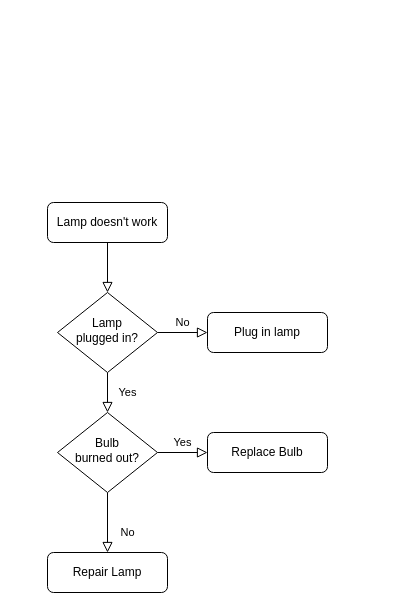
The draw.io diagram Untitled Diagram.drawio in hLifeel/skill-study, before the edit. Source tidied: cells renumbered, new cells numbered last; positions are measured from the earlier drawing's top-left corner, leaving out a move shared by most shapes. Both pictures are drawn from the tidied source at 100%, with x=0, y=0 at pixel (47, 202).
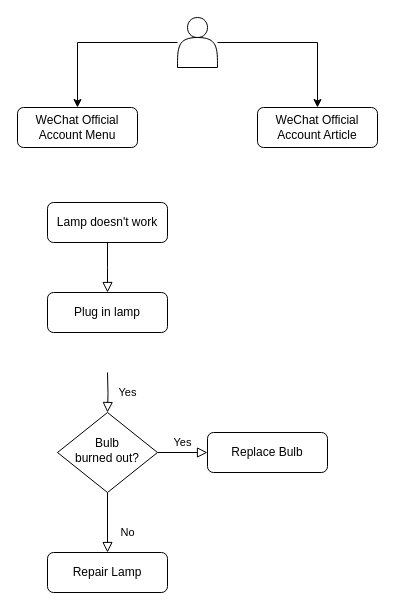
The same diagram, later.

The edit, as a diff of the source:
```diff
@@
 <mxGraphModel>
   <root>
     <mxCell id="0" />
     <mxCell id="1" parent="0" />
-    <mxCell id="2" style="rounded=0;html=1;jettySize=auto;fontSize=11;endArrow=block;endFill=0;endSize=8;strokeWidth=1;shadow=0;labelBackgroundColor=none;edgeStyle=orthogonalEdgeStyle;" parent="1" edge="1" source="3" target="6">
-      <mxGeometry relative="1" as="geometry" />
+    <mxCell id="2" style="rounded=0;html=1;jettySize=auto;fontSize=11;endArrow=block;endFill=0;endSize=8;strokeWidth=1;shadow=0;labelBackgroundColor=none;edgeStyle=orthogonalEdgeStyle;" parent="1" edge="1" source="3">
+      <mxGeometry relative="1" as="geometry">
+        <mxPoint x="60" y="90" as="targetPoint" />
+      </mxGeometry>
     </mxCell>
     <mxCell id="3" value="Lamp doesn't work" style="rounded=1;whiteSpace=wrap;html=1;fontSize=12;glass=0;strokeWidth=1;shadow=0;" parent="1" vertex="1">
       <mxGeometry width="120" height="40" as="geometry" />
     </mxCell>
-    <mxCell id="4" value="Yes" style="rounded=0;html=1;jettySize=auto;fontSize=11;endArrow=block;endFill=0;endSize=8;strokeWidth=1;shadow=0;labelBackgroundColor=none;edgeStyle=orthogonalEdgeStyle;" parent="1" edge="1" source="6" target="10">
-      <mxGeometry y="20" relative="1" as="geometry" />
+    <mxCell id="4" value="Yes" style="rounded=0;html=1;jettySize=auto;fontSize=11;endArrow=block;endFill=0;endSize=8;strokeWidth=1;shadow=0;labelBackgroundColor=none;edgeStyle=orthogonalEdgeStyle;" parent="1" edge="1" target="10">
+      <mxGeometry y="20" relative="1" as="geometry">
+        <mxPoint x="60" y="170" as="sourcePoint" />
+      </mxGeometry>
     </mxCell>
-    <mxCell id="5" value="No" style="edgeStyle=orthogonalEdgeStyle;rounded=0;html=1;jettySize=auto;fontSize=11;endArrow=block;endFill=0;endSize=8;strokeWidth=1;shadow=0;labelBackgroundColor=none;" parent="1" edge="1" source="6" target="7">
-      <mxGeometry y="10" relative="1" as="geometry" />
-    </mxCell>
-    <mxCell id="6" value="Lamp&lt;br&gt;plugged in?" style="rhombus;whiteSpace=wrap;html=1;shadow=0;fontFamily=Helvetica;fontSize=12;align=center;strokeWidth=1;spacing=6;spacingTop=-4;" parent="1" vertex="1">
-      <mxGeometry x="10" y="90" width="100" height="80" as="geometry" />
-    </mxCell>
     <mxCell id="7" value="Plug in lamp" style="rounded=1;whiteSpace=wrap;html=1;fontSize=12;glass=0;strokeWidth=1;shadow=0;" parent="1" vertex="1">
-      <mxGeometry x="160" y="110" width="120" height="40" as="geometry" />
+      <mxGeometry y="90" width="120" height="40" as="geometry" />
     </mxCell>
     <mxCell id="8" value="No" style="rounded=0;html=1;jettySize=auto;fontSize=11;endArrow=block;endFill=0;endSize=8;strokeWidth=1;shadow=0;labelBackgroundColor=none;edgeStyle=orthogonalEdgeStyle;" parent="1" edge="1" source="10" target="11">
       <mxGeometry x="0.33" y="20" relative="1" as="geometry" />
     </mxCell>
     <mxCell id="9" value="Yes" style="edgeStyle=orthogonalEdgeStyle;rounded=0;html=1;jettySize=auto;fontSize=11;endArrow=block;endFill=0;endSize=8;strokeWidth=1;shadow=0;labelBackgroundColor=none;" parent="1" edge="1" source="10" target="12">
       <mxGeometry y="10" relative="1" as="geometry" />
     </mxCell>
     <mxCell id="10" value="Bulb&lt;br&gt;burned out?" style="rhombus;whiteSpace=wrap;html=1;shadow=0;fontFamily=Helvetica;fontSize=12;align=center;strokeWidth=1;spacing=6;spacingTop=-4;" parent="1" vertex="1">
       <mxGeometry x="10" y="210" width="100" height="80" as="geometry" />
     </mxCell>
     <mxCell id="11" value="Repair Lamp" style="rounded=1;whiteSpace=wrap;html=1;fontSize=12;glass=0;strokeWidth=1;shadow=0;" parent="1" vertex="1">
       <mxGeometry y="350" width="120" height="40" as="geometry" />
     </mxCell>
     <mxCell id="12" value="Replace Bulb" style="rounded=1;whiteSpace=wrap;html=1;fontSize=12;glass=0;strokeWidth=1;shadow=0;" parent="1" vertex="1">
       <mxGeometry x="160" y="230" width="120" height="40" as="geometry" />
     </mxCell>
+    <mxCell id="13" style="edgeStyle=orthogonalEdgeStyle;rounded=0;jettySize=auto;html=1;entryX=0.5;entryY=0;entryDx=0;entryDy=0;" parent="1" edge="1" source="15" target="16">
+      <mxGeometry relative="1" as="geometry" />
+    </mxCell>
+    <mxCell id="14" style="edgeStyle=orthogonalEdgeStyle;rounded=0;jettySize=auto;html=1;entryX=0.5;entryY=0;entryDx=0;entryDy=0;" parent="1" edge="1" source="15" target="17">
+      <mxGeometry relative="1" as="geometry" />
+    </mxCell>
+    <mxCell id="15" style="shape=actor;whiteSpace=wrap;html=1;" parent="1" vertex="1">
+      <mxGeometry x="130" y="-185" width="40" height="50" as="geometry" />
+    </mxCell>
+    <mxCell id="16" value="WeChat Official Account Menu" style="rounded=1;whiteSpace=wrap;html=1;fontSize=12;glass=0;strokeWidth=1;shadow=0;" parent="1" vertex="1">
+      <mxGeometry x="-30" y="-95" width="120" height="40" as="geometry" />
+    </mxCell>
+    <mxCell id="17" value="WeChat Official Account Article" style="rounded=1;whiteSpace=wrap;html=1;fontSize=12;glass=0;strokeWidth=1;shadow=0;" parent="1" vertex="1">
+      <mxGeometry x="210" y="-95" width="120" height="40" as="geometry" />
+    </mxCell>
   </root>
 </mxGraphModel>
```
